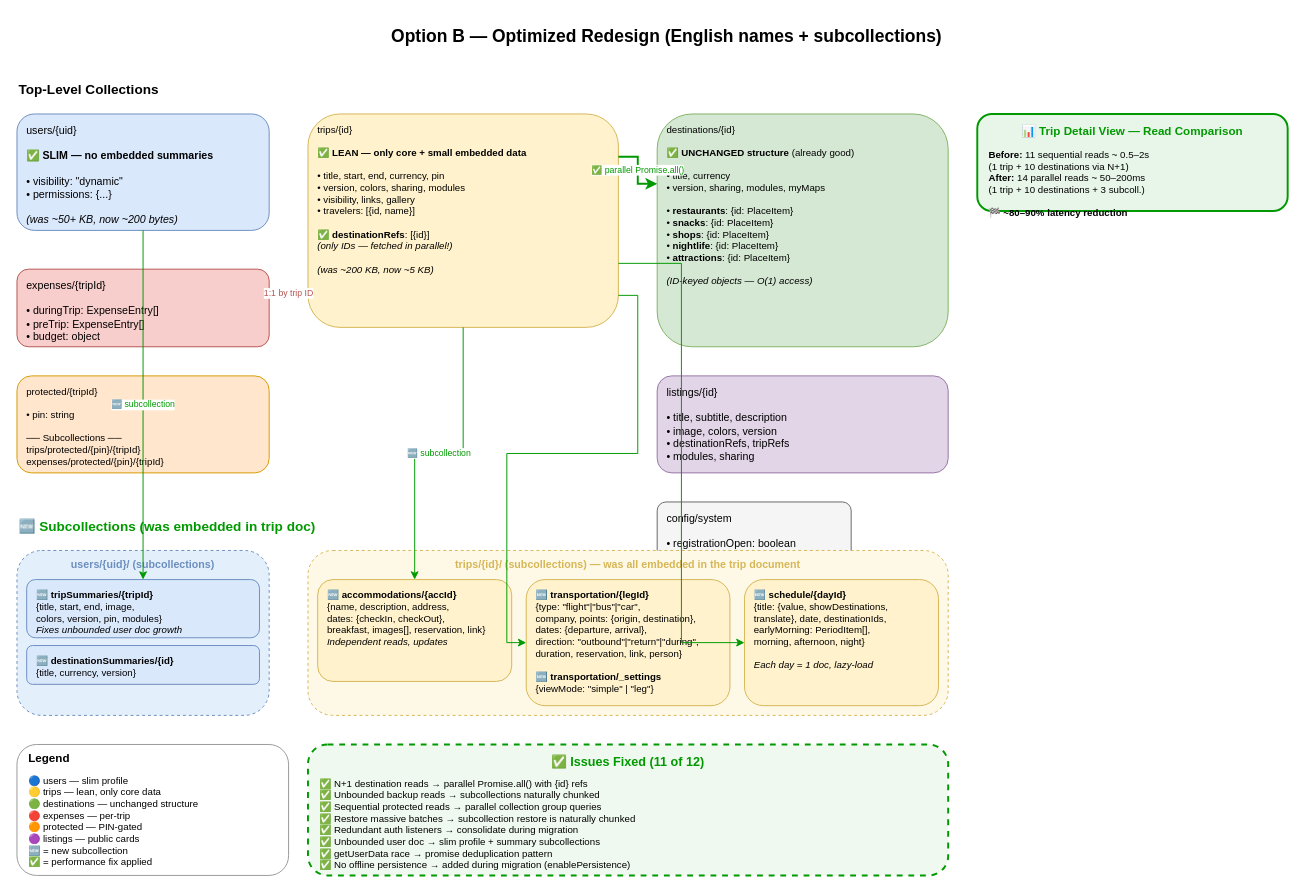
Before: docs/database/proposals/option-b-optimized-redesign.drawio in gabrielofavero/Trip-Viewer-Firebase, a draw.io diagram. Source tidied: cells renumbered, new cells numbered last; positions are measured from the earlier drawing's top-left corner, leaving out a move shared by most shapes. Both pictures are drawn from the tidied source at 97%, with x=0, y=0 at pixel (16, 16).
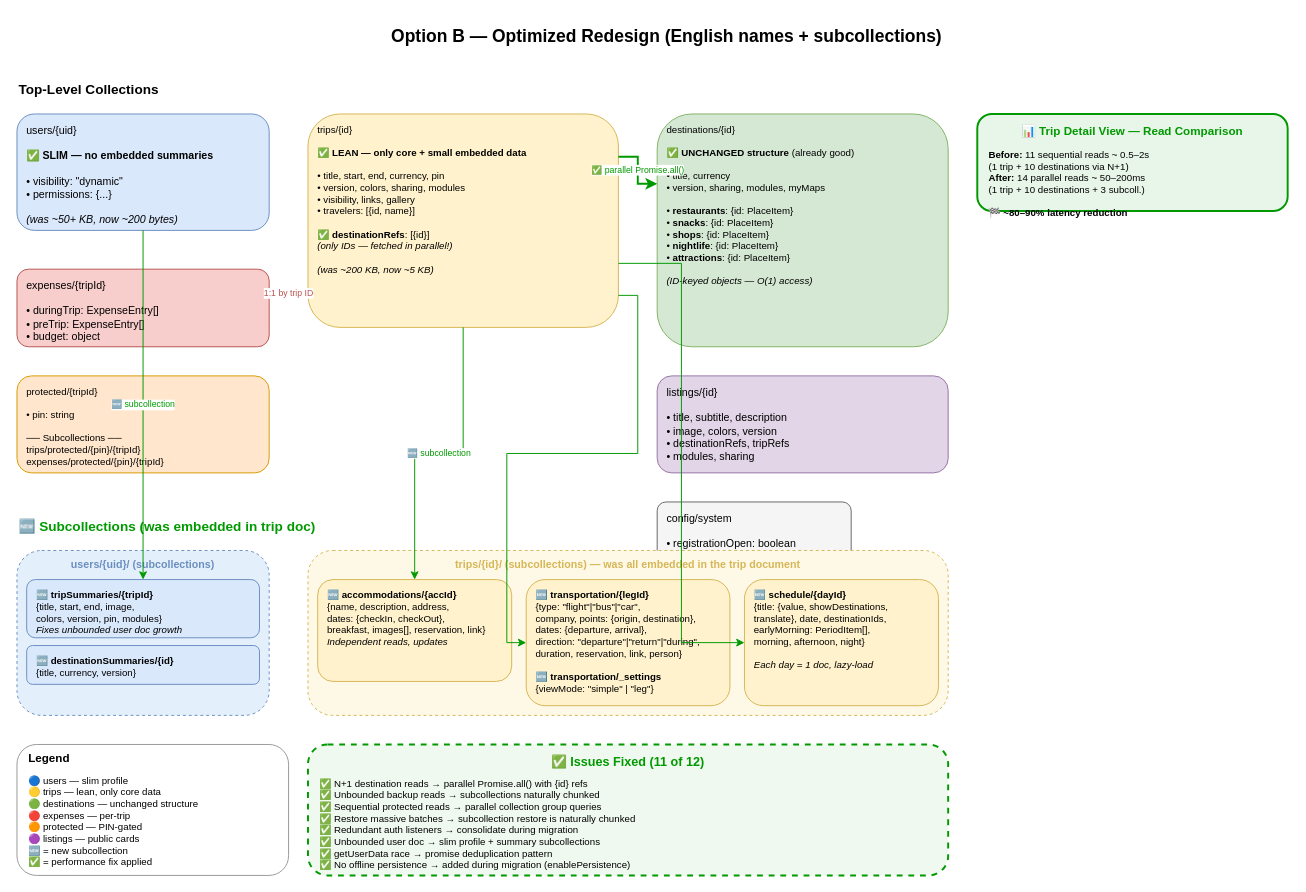
The same page after the edit.

Change to the diagram source:
```diff
@@
-    <mxCell id="19" value="🆕 &lt;b&gt;transportation/{legId}&lt;/b&gt;&lt;br&gt;{type: &quot;flight&quot;|&quot;bus&quot;|&quot;car&quot;,&lt;br&gt; company, points: {origin, destination},&lt;br&gt; dates: {departure, arrival},&lt;br&gt; direction: &quot;outbound&quot;|&quot;return&quot;|&quot;during&quot;,&lt;br&gt; duration, reservation, link, person}&lt;br&gt;&lt;br&gt;🆕 &lt;b&gt;transportation/_settings&lt;/b&gt;&lt;br&gt;{viewMode: &quot;simple&quot; | &quot;leg&quot;}" style="rounded=1;whiteSpace=wrap;html=1;fillColor=#fff2cc;strokeColor=#d6b656;fontSize=10;align=left;verticalAlign=top;spacingLeft=8;spacingTop=4;" parent="1" vertex="1">
+    <mxCell id="19" value="🆕 &lt;b&gt;transportation/{legId}&lt;/b&gt;&lt;br&gt;{type: &quot;flight&quot;|&quot;bus&quot;|&quot;car&quot;,&lt;br&gt; company, points: {origin, destination},&lt;br&gt; dates: {departure, arrival},&lt;br&gt; direction: &quot;departure&quot;|&quot;return&quot;|&quot;during&quot;,&lt;br&gt; duration, reservation, link, person}&lt;br&gt;&lt;br&gt;🆕 &lt;b&gt;transportation/_settings&lt;/b&gt;&lt;br&gt;{viewMode: &quot;simple&quot; | &quot;leg&quot;}" style="rounded=1;whiteSpace=wrap;html=1;fillColor=#fff2cc;strokeColor=#d6b656;fontSize=10;align=left;verticalAlign=top;spacingLeft=8;spacingTop=4;" parent="1" vertex="1">
       <mxGeometry x="525" y="580" width="210" height="130" as="geometry" />
     </mxCell>
```
